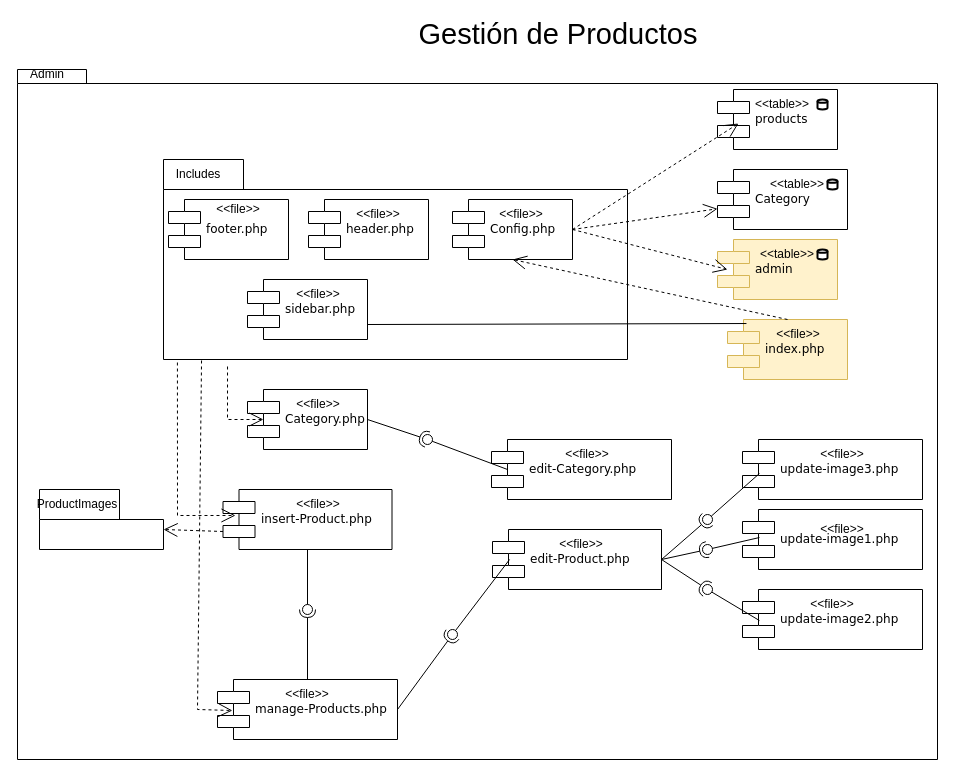
This is Diagramas/ComponentesNuevoMich.drawio from JorgeADnro/Torres, a draw.io file, before an edit. Source tidied: cells renumbered, new cells numbered last; positions are measured from the earlier drawing's top-left corner, leaving out a move shared by most shapes. Both pictures are drawn from the tidied source at 100%, with x=0, y=0 at pixel (17, 19).
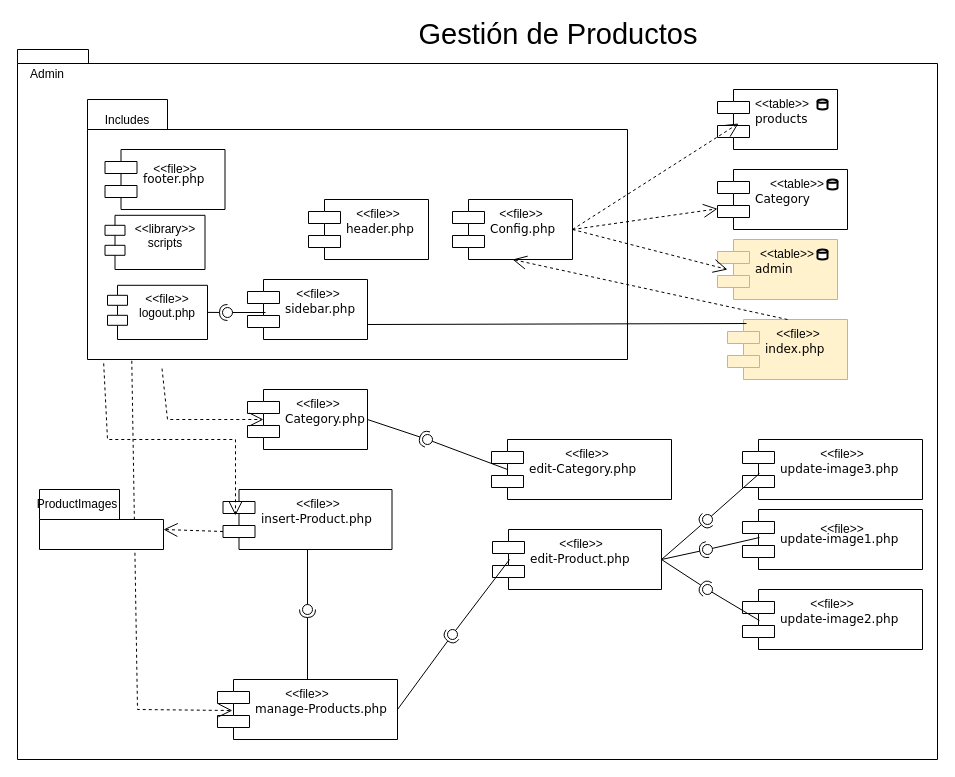
Above is the later version.

Unchanged cells that the change refers to:
```xml
<mxCell id="27" value="Category.php" style="shape=component;align=left;spacingLeft=36;rounded=0;shadow=0;comic=0;labelBackgroundColor=none;strokeWidth=1;fontFamily=Verdana;fontSize=12;html=1;" parent="1" vertex="1">
  <mxGeometry x="230" y="370" width="120" height="60" as="geometry" />
</mxCell>
<mxCell id="28" value="insert-Product.php" style="shape=component;align=left;spacingLeft=36;rounded=0;shadow=0;comic=0;labelBackgroundColor=none;strokeWidth=1;fontFamily=Verdana;fontSize=12;html=1;" parent="1" vertex="1">
  <mxGeometry x="205.5" y="470" width="169" height="60" as="geometry" />
</mxCell>
<mxCell id="30" value="manage-Products.php" style="shape=component;align=left;spacingLeft=36;rounded=0;shadow=0;comic=0;labelBackgroundColor=none;strokeWidth=1;fontFamily=Verdana;fontSize=12;html=1;" parent="1" vertex="1">
  <mxGeometry x="200" y="660" width="180" height="60" as="geometry" />
</mxCell>
<mxCell id="36" value="sidebar.php" style="shape=component;align=left;spacingLeft=36;rounded=0;shadow=0;comic=0;labelBackgroundColor=none;strokeWidth=1;fontFamily=Verdana;fontSize=12;html=1;" parent="1" vertex="1">
  <mxGeometry x="230" y="260" width="120" height="60" as="geometry" />
</mxCell>
```

Diff of the diagram source:
```diff
@@
     <mxCell id="3" style="shape=folder;fontStyle=1;spacingTop=10;tabWidth=40;tabHeight=14;tabPosition=left;html=1;whiteSpace=wrap;" parent="1" vertex="1">
-      <mxGeometry y="50" width="920" height="690" as="geometry" />
+      <mxGeometry y="30" width="920" height="710" as="geometry" />
     </mxCell>
     <mxCell id="4" style="shape=folder;fontStyle=1;tabWidth=80;tabHeight=30;tabPosition=left;html=1;boundedLbl=1;whiteSpace=wrap;" parent="1" vertex="1">
-      <mxGeometry x="146" y="140" width="464" height="200" as="geometry" />
+      <mxGeometry x="70" y="80" width="540" height="260" as="geometry" />
     </mxCell>
     <mxCell id="5" value="Includes" style="text;html=1;strokeColor=none;fillColor=none;align=center;verticalAlign=middle;whiteSpace=wrap;rounded=0;" parent="1" vertex="1">
-      <mxGeometry x="151" y="140" width="60" height="30" as="geometry" />
+      <mxGeometry x="80" y="85.8" width="60" height="30" as="geometry" />
     </mxCell>
     <mxCell id="6" value="footer.php" style="shape=component;align=left;spacingLeft=36;rounded=0;shadow=0;comic=0;labelBackgroundColor=none;strokeWidth=1;fontFamily=Verdana;fontSize=12;html=1;" parent="1" vertex="1">
-      <mxGeometry x="151" y="180" width="120" height="60" as="geometry" />
+      <mxGeometry x="87.5" y="130" width="120" height="60" as="geometry" />
     </mxCell>
@@
     <mxCell id="8" value="&amp;lt;&amp;lt;file&amp;gt;&amp;gt;" style="text;html=1;strokeColor=none;fillColor=none;align=center;verticalAlign=middle;whiteSpace=wrap;rounded=0;" parent="1" vertex="1">
-      <mxGeometry x="191" y="180" width="60" height="20" as="geometry" />
+      <mxGeometry x="127.5" y="140" width="60" height="20" as="geometry" />
     </mxCell>
@@
     <mxCell id="57" style="endArrow=open;endSize=12;dashed=1;html=1;rounded=0;exitX=0.03;exitY=1.015;exitDx=0;exitDy=0;entryX=0.074;entryY=0.433;entryDx=0;entryDy=0;entryPerimeter=0;exitPerimeter=0;" parent="1" edge="1" source="4" target="28">
       <mxGeometry relative="1" as="geometry">
         <Array as="points">
-          <mxPoint x="160" y="496" />
+          <mxPoint x="90" y="420" />
+          <mxPoint x="218" y="420" />
         </Array>
       </mxGeometry>
     </mxCell>
     <mxCell id="58" style="endArrow=open;endSize=12;dashed=1;html=1;rounded=0;exitX=0.138;exitY=1.035;exitDx=0;exitDy=0;entryX=0.133;entryY=0.5;entryDx=0;entryDy=0;entryPerimeter=0;exitPerimeter=0;" parent="1" edge="1" source="4" target="27">
       <mxGeometry relative="1" as="geometry">
         <Array as="points">
-          <mxPoint x="210" y="400" />
+          <mxPoint x="150" y="400" />
         </Array>
       </mxGeometry>
     </mxCell>
     <mxCell id="59" style="endArrow=open;endSize=12;dashed=1;html=1;rounded=0;exitX=0.082;exitY=1.005;exitDx=0;exitDy=0;exitPerimeter=0;entryX=0.083;entryY=0.517;entryDx=0;entryDy=0;entryPerimeter=0;" parent="1" edge="1" source="4" target="30">
       <mxGeometry relative="1" as="geometry">
         <Array as="points">
-          <mxPoint x="180" y="690" />
+          <mxPoint x="120" y="690" />
         </Array>
       </mxGeometry>
     </mxCell>
@@
+    <mxCell id="72" style="ellipse;whiteSpace=wrap;html=1;align=center;fillColor=none;strokeColor=none;perimeter=centerPerimeter;" parent="1" vertex="1">
+      <mxGeometry x="467.5" y="30" width="10" height="10" as="geometry" />
+    </mxCell>
+    <mxCell id="73" style="ellipse;whiteSpace=wrap;html=1;align=center;fillColor=none;strokeColor=none;perimeter=centerPerimeter;" parent="1" vertex="1">
+      <mxGeometry x="768.8" y="30" width="10" height="10" as="geometry" />
+    </mxCell>
+    <mxCell id="74" value="&amp;lt;&amp;lt;file&amp;gt;&amp;gt;&lt;br&gt;logout.php" style="shape=module;align=left;spacingLeft=20;align=center;verticalAlign=top;whiteSpace=wrap;html=1;" parent="1" vertex="1">
+      <mxGeometry x="90" y="265.8" width="100" height="54.2" as="geometry" />
+    </mxCell>
+    <mxCell id="75" value="&amp;lt;&amp;lt;library&amp;gt;&amp;gt;&lt;br&gt;scripts" style="shape=module;align=left;spacingLeft=20;align=center;verticalAlign=top;whiteSpace=wrap;html=1;" parent="1" vertex="1">
+      <mxGeometry x="87.5" y="195.8" width="100" height="54.2" as="geometry" />
+    </mxCell>
+    <mxCell id="76" style="rounded=0;jettySize=auto;html=1;endArrow=halfCircle;endFill=0;endSize=6;strokeWidth=1;sketch=0;exitX=1;exitY=0.5;exitDx=0;exitDy=0;" parent="1" edge="1" source="74">
+      <mxGeometry relative="1" as="geometry">
+        <mxPoint x="210" y="293" as="targetPoint" />
+      </mxGeometry>
+    </mxCell>
+    <mxCell id="77" style="rounded=0;jettySize=auto;html=1;endArrow=oval;endFill=0;sketch=0;sourcePerimeterSpacing=0;targetPerimeterSpacing=0;endSize=10;exitX=0.15;exitY=0.55;exitDx=0;exitDy=0;exitPerimeter=0;" parent="1" edge="1" source="36">
+      <mxGeometry relative="1" as="geometry">
+        <mxPoint x="210" y="293" as="targetPoint" />
+      </mxGeometry>
+    </mxCell>
+    <mxCell id="78" style="ellipse;whiteSpace=wrap;html=1;align=center;fillColor=none;strokeColor=none;perimeter=centerPerimeter;" parent="1" vertex="1">
+      <mxGeometry x="485" y="230" width="10" height="10" as="geometry" />
+    </mxCell>
```
